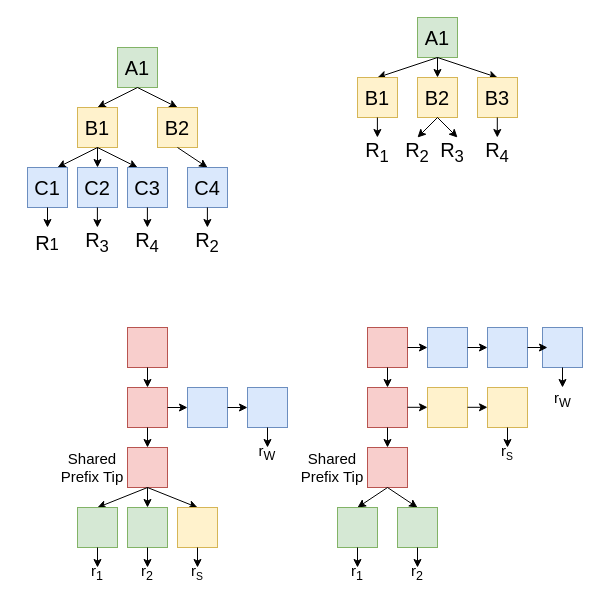
The draw.io diagram documentation/illustrations/radix_tree.drawio in sakshamrathi21/Structured_LLM_Optimization, before the edit. Source tidied: cells renumbered, new cells numbered last; positions are measured from the earlier drawing's top-left corner, leaving out a move shared by most shapes. Both pictures are drawn from the tidied source at 100%, with x=0, y=0 at pixel (17, 17).
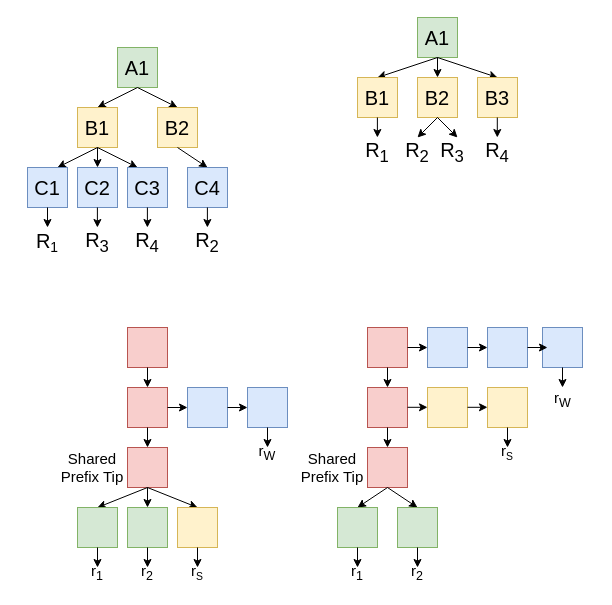
Above is the later version.

Diff of the diagram source:
```diff
@@
-    <mxCell id="20" value="&lt;font style=&quot;font-size: 20px;&quot;&gt;R&lt;/font&gt;&lt;font style=&quot;font-size: 16.6667px;&quot;&gt;1&lt;/font&gt;" style="text;html=1;whiteSpace=wrap;strokeColor=none;fillColor=none;align=center;verticalAlign=middle;rounded=0;" parent="1" vertex="1">
+    <mxCell id="20" value="&lt;font style=&quot;font-size: 20px;&quot;&gt;R&lt;/font&gt;&lt;font style=&quot;font-size: 16.67px;&quot;&gt;&lt;sub style=&quot;&quot;&gt;1&lt;/sub&gt;&lt;/font&gt;" style="text;html=1;whiteSpace=wrap;strokeColor=none;fillColor=none;align=center;verticalAlign=middle;rounded=0;" parent="1" vertex="1">
       <mxGeometry y="210" width="60" height="30" as="geometry" />
     </mxCell>
```
